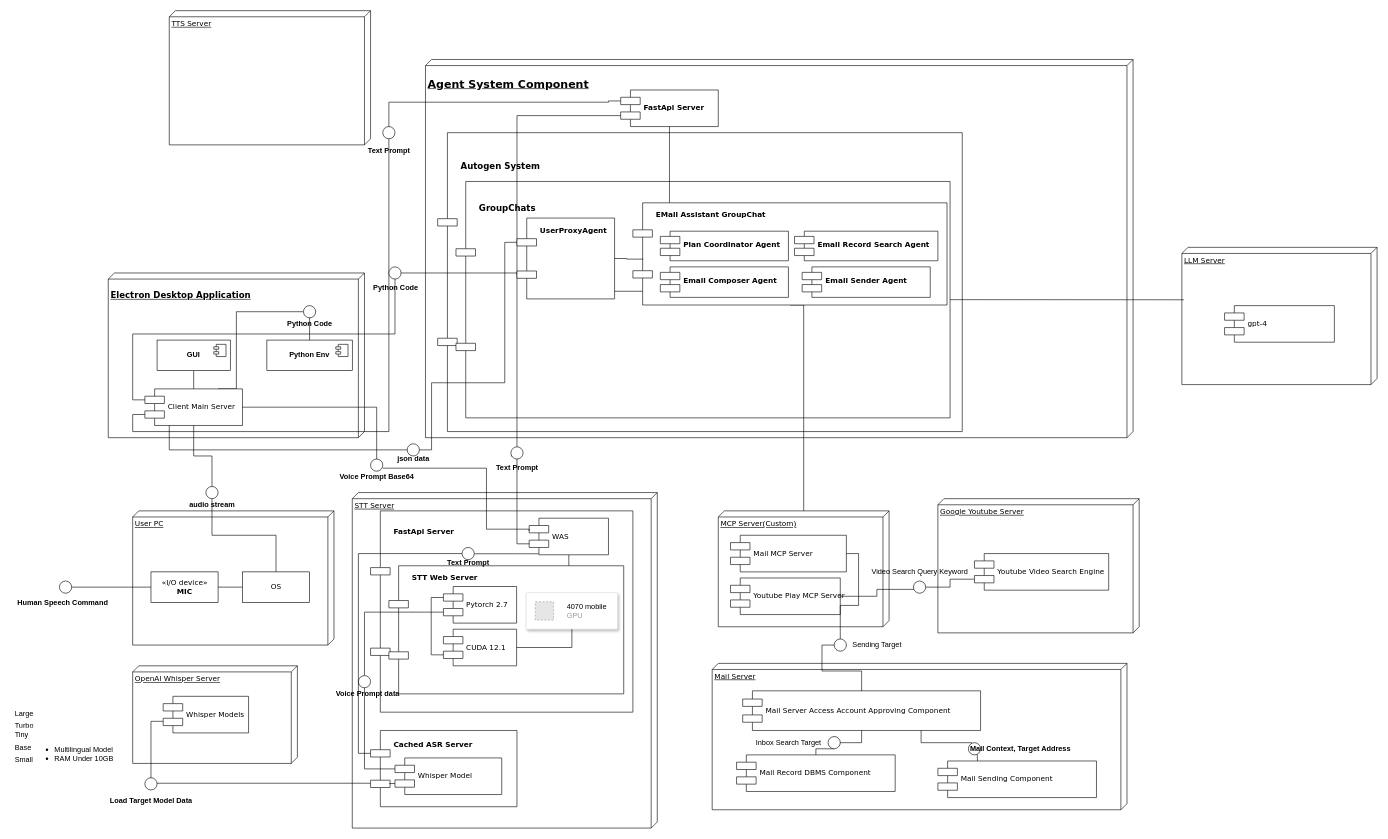
Before: page "Page-1" (1 of 2) of Whole System Component Diagram.drawio in llooll20/testforgit, a draw.io diagram. Source tidied: cells renumbered, new cells numbered last; positions are measured from the earlier drawing's top-left corner, leaving out a move shared by most shapes. Both pictures are drawn from the tidied source at 61%, with x=0, y=0 at pixel (10, 10). Pictures stored in the file or linked from it are replaced by grey dashed boxes.
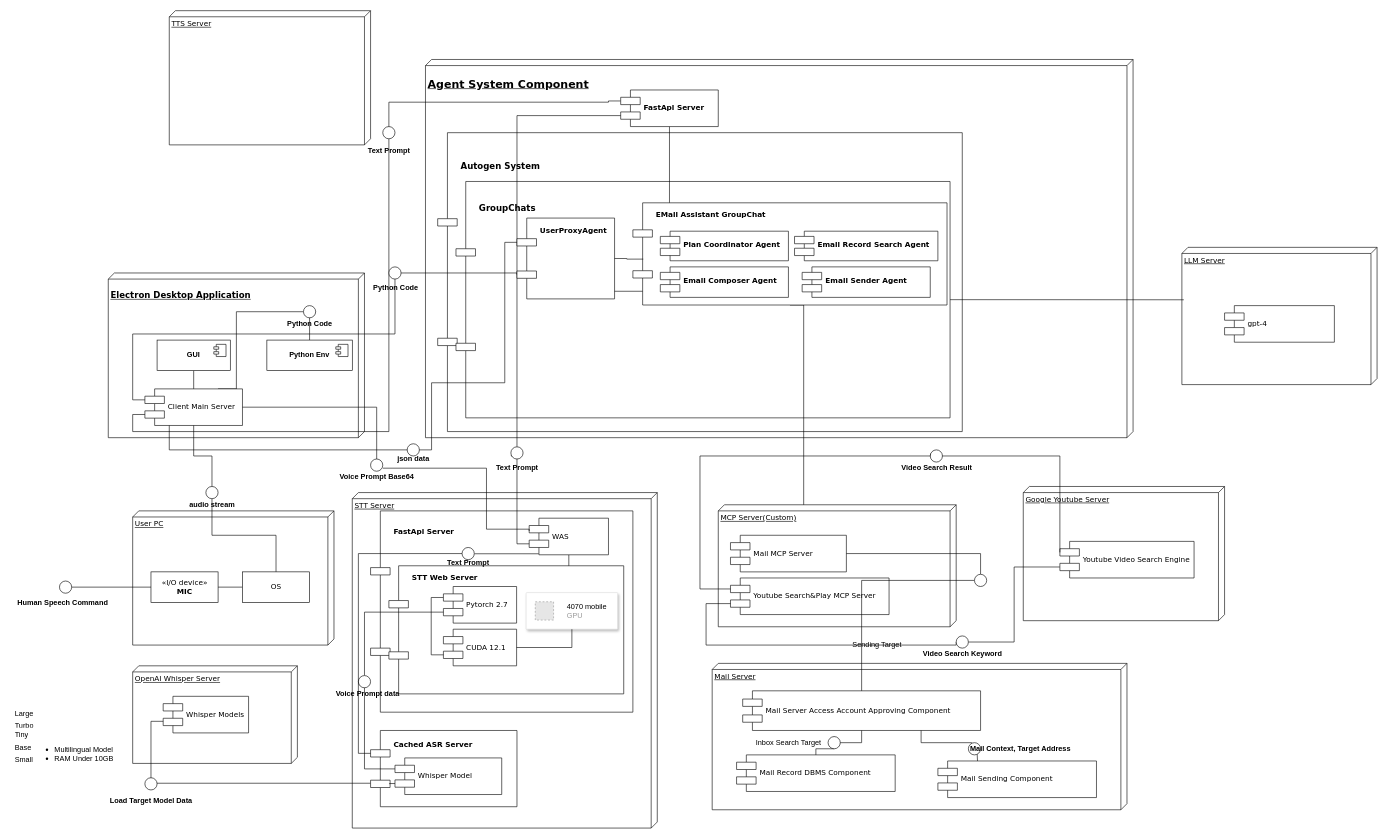
After the change.

What changed in the source:
```diff
@@
+    <mxCell id="82" value="&lt;h4&gt;Video Search Keyword&lt;/h4&gt;" style="text;html=1;align=center;verticalAlign=middle;strokeColor=none;fillColor=none;" parent="1" vertex="1">
+      <mxGeometry x="1485" y="1025" width="150" height="60" as="geometry" />
+    </mxCell>
@@
     <mxCell id="14" value="MCP Server(Custom)" style="verticalAlign=top;align=left;spacingTop=8;spacingLeft=2;spacingRight=12;shape=cube;size=10;direction=south;fontStyle=4;html=1;rounded=0;shadow=0;comic=0;labelBackgroundColor=none;strokeWidth=1;fontFamily=Verdana;fontSize=12;" parent="1" vertex="1">
-      <mxGeometry x="1160" y="820" width="280" height="190" as="geometry" />
+      <mxGeometry x="1160" y="810" width="390" height="200" as="geometry" />
     </mxCell>
@@
     <mxCell id="61" value="Google Youtube Server" style="verticalAlign=top;align=left;spacingTop=8;spacingLeft=2;spacingRight=12;shape=cube;size=10;direction=south;fontStyle=4;html=1;rounded=0;shadow=0;comic=0;labelBackgroundColor=none;strokeWidth=1;fontFamily=Verdana;fontSize=12;" parent="1" vertex="1">
-      <mxGeometry x="1520" y="800" width="330" height="220" as="geometry" />
+      <mxGeometry x="1660" y="780" width="330" height="220" as="geometry" />
     </mxCell>
@@
-    <mxCell id="63" value="Youtube Play MCP Server" style="shape=component;align=left;spacingLeft=36;rounded=0;shadow=0;comic=0;labelBackgroundColor=none;strokeWidth=1;fontFamily=Verdana;fontSize=12;html=1;" parent="1" vertex="1">
-      <mxGeometry x="1180" y="930" width="180" height="60" as="geometry" />
+    <mxCell id="63" value="Youtube Search&amp;amp;Play MCP Server" style="shape=component;align=left;spacingLeft=36;rounded=0;shadow=0;comic=0;labelBackgroundColor=none;strokeWidth=1;fontFamily=Verdana;fontSize=12;html=1;" parent="1" vertex="1">
+      <mxGeometry x="1180" y="930" width="260" height="60" as="geometry" />
     </mxCell>
@@
+    <mxCell id="128" style="edgeStyle=orthogonalEdgeStyle;rounded=0;jettySize=auto;html=1;exitX=0;exitY=0.3;exitDx=0;exitDy=0;entryX=0;entryY=0.3;entryDx=0;entryDy=0;endArrow=none;startFill=0;" parent="1" edge="1" source="130" target="63">
+      <mxGeometry relative="1" as="geometry">
+        <Array as="points">
+          <mxPoint x="1130" y="730" />
+          <mxPoint x="1130" y="948" />
+        </Array>
+      </mxGeometry>
+    </mxCell>
     <mxCell id="79" value="Youtube Video Search Engine" style="shape=component;align=left;spacingLeft=36;rounded=0;shadow=0;comic=0;labelBackgroundColor=none;strokeWidth=1;fontFamily=Verdana;fontSize=12;html=1;" parent="1" vertex="1">
-      <mxGeometry x="1580" y="890" width="220" height="60" as="geometry" />
+      <mxGeometry x="1720" y="870" width="220" height="60" as="geometry" />
     </mxCell>
-    <mxCell id="80" style="edgeStyle=orthogonalEdgeStyle;rounded=0;jettySize=auto;html=1;exitX=1;exitY=0.5;exitDx=0;exitDy=0;entryX=0;entryY=0.7;entryDx=0;entryDy=0;endArrow=none;startFill=0;" parent="1" edge="1" source="63" target="81">
-      <mxGeometry relative="1" as="geometry" />
+    <mxCell id="80" style="edgeStyle=orthogonalEdgeStyle;rounded=0;jettySize=auto;html=1;exitX=0;exitY=0.7;exitDx=0;exitDy=0;entryX=0;entryY=0.5;entryDx=0;entryDy=0;endArrow=none;startFill=0;" parent="1" edge="1" source="63" target="81">
+      <mxGeometry relative="1" as="geometry">
+        <Array as="points">
+          <mxPoint x="1140" y="972" />
+          <mxPoint x="1140" y="1040" />
+          <mxPoint x="1550" y="1040" />
+        </Array>
+      </mxGeometry>
     </mxCell>
     <mxCell id="81" style="ellipse;whiteSpace=wrap;html=1;rounded=0;shadow=0;comic=0;labelBackgroundColor=none;strokeWidth=1;fontFamily=Verdana;fontSize=12;align=center;" parent="1" vertex="1">
-      <mxGeometry x="1480" y="935" width="20" height="20" as="geometry" />
+      <mxGeometry x="1550" y="1025" width="20" height="20" as="geometry" />
     </mxCell>
-    <mxCell id="82" value="Video Search Query Keyword" style="text;html=1;align=center;verticalAlign=middle;strokeColor=none;fillColor=none;" parent="1" vertex="1">
-      <mxGeometry x="1400" y="905" width="180" height="30" as="geometry" />
-    </mxCell>
@@
     <mxCell id="85" style="ellipse;whiteSpace=wrap;html=1;rounded=0;shadow=0;comic=0;labelBackgroundColor=none;strokeWidth=1;fontFamily=Verdana;fontSize=12;align=center;" parent="1" vertex="1">
-      <mxGeometry x="1350" y="1030" width="20" height="20" as="geometry" />
+      <mxGeometry x="1580" y="924" width="20" height="20" as="geometry" />
     </mxCell>
@@
+    <mxCell id="129" style="edgeStyle=orthogonalEdgeStyle;rounded=0;jettySize=auto;html=1;exitX=0;exitY=0.3;exitDx=0;exitDy=0;entryX=0;entryY=0.3;entryDx=0;entryDy=0;endArrow=none;startFill=0;" parent="1" edge="1" source="79" target="130">
+      <mxGeometry relative="1" as="geometry">
+        <Array as="points">
+          <mxPoint x="1720" y="730" />
+        </Array>
+      </mxGeometry>
+    </mxCell>
+    <mxCell id="130" style="ellipse;whiteSpace=wrap;html=1;rounded=0;shadow=0;comic=0;labelBackgroundColor=none;strokeWidth=1;fontFamily=Verdana;fontSize=12;align=center;" parent="1" vertex="1">
+      <mxGeometry x="1507.5" y="720" width="20" height="20" as="geometry" />
+    </mxCell>
+    <mxCell id="131" value="&lt;h4&gt;Video Search Result&lt;/h4&gt;" style="text;html=1;align=center;verticalAlign=middle;strokeColor=none;fillColor=none;" parent="1" vertex="1">
+      <mxGeometry x="1447.5" y="720" width="140" height="60" as="geometry" />
+    </mxCell>
```
